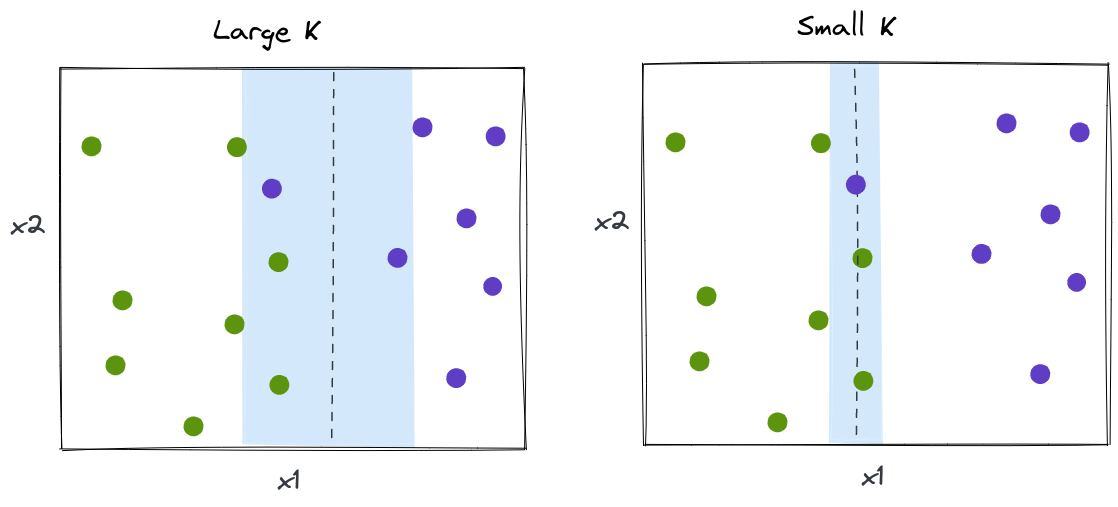
Above: images/6-svc-c.png in ffund/intro-ml-tss21 (Excalidraw), before the change. Source tidied: one line per element, renumbered; positions are measured from the earlier drawing's top-left corner, leaving out a move shared by most shapes.
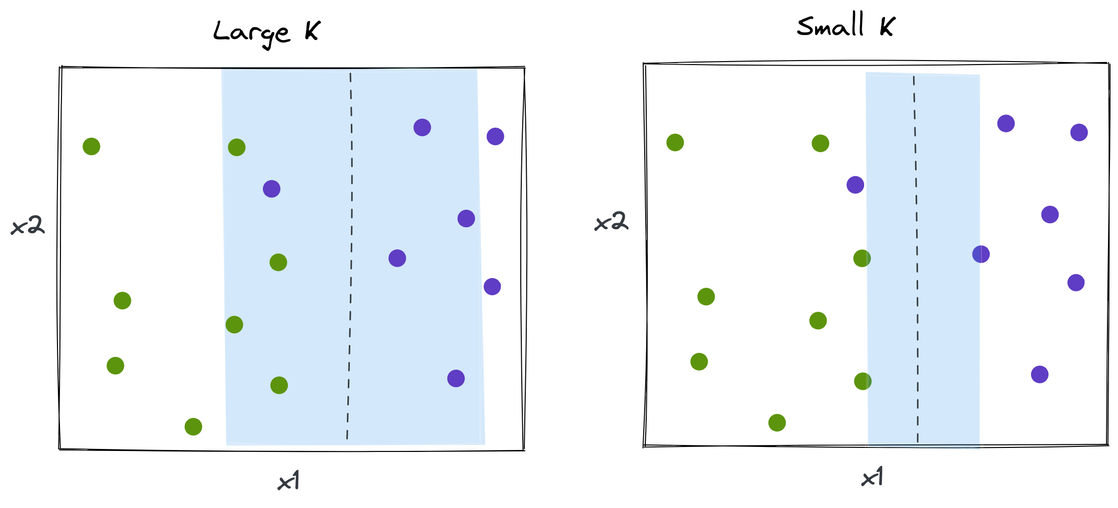
The same diagram one commit later.

What changed in the source:
```diff
@@ -1,42 +1,42 @@
-{"id": 0, "type": "rectangle", "strokeColor": "#ffffffff", "angle": 6.28, "backgroundColor": "#228be6", "fillStyle": "solid", "strokeWidth": 1, "roughness": 2, "opacity": 20, "x": 235, "y": 59, "width": 172, "height": 375}
-{"id": 1, "type": "rectangle", "strokeColor": "#000000", "strokeWidth": 1, "roughness": 2, "x": 50, "y": 57, "width": 464, "height": 382}
-{"id": 2, "type": "freedraw", "strokeColor": "#5c940d", "strokeWidth": 4, "roughness": 2, "x": 106, "y": 355, "width": 0, "height": 0, "points": [[0, 0], [0, 0]]}
-{"id": 3, "type": "freedraw", "strokeColor": "#5c940d", "strokeWidth": 4, "roughness": 2, "x": 112, "y": 290, "width": 0, "height": 0, "points": [[0, 0], [0, 0]]}
-{"id": 4, "type": "freedraw", "strokeColor": "#5c940d", "strokeWidth": 4, "roughness": 2, "x": 184, "y": 416, "width": 0, "height": 0, "points": [[0, 0], [0, 0]]}
-{"id": 5, "type": "freedraw", "strokeColor": "#5c940d", "strokeWidth": 4, "roughness": 2, "x": 224, "y": 314, "width": 0, "height": 0, "points": [[0, 0], [0, 0]]}
-{"id": 6, "type": "freedraw", "strokeColor": "#5c940d", "strokeWidth": 4, "roughness": 2, "x": 268, "y": 252, "width": 0, "height": 0, "points": [[0, 0], [0, 0]]}
-{"id": 7, "type": "freedraw", "strokeColor": "#5c940d", "strokeWidth": 4, "roughness": 2, "x": 82, "y": 136, "width": 0, "height": 0, "points": [[0, 0], [0, 0]]}
-{"id": 8, "type": "freedraw", "strokeColor": "#5c940d", "strokeWidth": 4, "roughness": 2, "x": 227, "y": 137, "width": 0, "height": 0, "points": [[0, 0], [0, 0]]}
-{"id": 9, "type": "freedraw", "strokeColor": "#5f3dc4", "strokeWidth": 4, "roughness": 2, "x": 412, "y": 117, "width": 0, "height": 0, "points": [[0, 0], [0, 0]]}
-{"id": 10, "type": "freedraw", "strokeColor": "#5f3dc4", "strokeWidth": 4, "roughness": 2, "x": 388, "y": 248, "width": 0, "height": 0, "points": [[0, 0], [0, 0]]}
-{"id": 11, "type": "freedraw", "strokeColor": "#5f3dc4", "strokeWidth": 4, "roughness": 2, "x": 482, "y": 276, "width": 1, "height": 0, "points": [[0, 0], [1, 0], [0, 0]]}
-{"id": 12, "type": "freedraw", "strokeColor": "#5f3dc4", "strokeWidth": 4, "roughness": 2, "x": 456, "y": 208, "width": 0, "height": 0, "points": [[0, 0], [0, 0]]}
-{"id": 13, "type": "freedraw", "strokeColor": "#5f3dc4", "strokeWidth": 4, "roughness": 2, "x": 446, "y": 368, "width": 0, "height": 0, "points": [[0, 0], [0, 0]]}
-{"id": 14, "type": "freedraw", "strokeColor": "#5f3dc4", "strokeWidth": 4, "roughness": 2, "x": 486, "y": 126, "width": 0, "height": 0, "points": [[0, 0], [0, 0]]}
-{"id": 15, "type": "line", "strokeColor": "#343a40", "strokeWidth": 1, "strokeStyle": "dashed", "roughness": 2, "x": 324, "y": 63, "width": 0, "height": 373, "points": [[0, 0], [0, 373]]}
-{"id": 16, "type": "text", "text": "x1", "strokeColor": "#343a40", "strokeWidth": 1, "roughness": 0, "fontSize": 28, "fontFamily": 1, "x": 267, "y": 453, "width": 23, "height": 35}
-{"id": 17, "type": "text", "text": "x2", "strokeColor": "#343a40", "strokeWidth": 1, "roughness": 0, "fontSize": 28, "fontFamily": 1, "x": 0, "y": 198, "width": 36, "height": 35}
-{"id": 18, "type": "freedraw", "strokeColor": "#5f3dc4", "strokeWidth": 4, "roughness": 2, "x": 262, "y": 179, "width": 0, "height": 0, "points": [[0, 0], [0, 0]]}
-{"id": 19, "type": "freedraw", "strokeColor": "#5c940d", "strokeWidth": 4, "roughness": 2, "x": 269, "y": 375, "width": 0, "height": 0, "points": [[0, 0], [0, 0]]}
+{"id": 42, "type": "rectangle", "strokeColor": "#ffffffff", "angle": 6.28, "backgroundColor": "#228be6", "fillStyle": "solid", "strokeWidth": 1, "roughness": 2, "opacity": 20, "x": 214, "y": 59, "width": 257, "height": 375}
+{"id": 43, "type": "rectangle", "strokeColor": "#000000", "strokeWidth": 1, "roughness": 2, "x": 50, "y": 57, "width": 464, "height": 382}
+{"id": 44, "type": "freedraw", "strokeColor": "#5c940d", "strokeWidth": 4, "roughness": 2, "x": 105, "y": 355, "width": 0, "height": 0, "points": [[0, 0], [0, 0]]}
+{"id": 45, "type": "freedraw", "strokeColor": "#5c940d", "strokeWidth": 4, "roughness": 2, "x": 112, "y": 290, "width": 0, "height": 0, "points": [[0, 0], [0, 0]]}
+{"id": 46, "type": "freedraw", "strokeColor": "#5c940d", "strokeWidth": 4, "roughness": 2, "x": 183, "y": 416, "width": 0, "height": 0, "points": [[0, 0], [0, 0]]}
+{"id": 47, "type": "freedraw", "strokeColor": "#5c940d", "strokeWidth": 4, "roughness": 2, "x": 224, "y": 314, "width": 0, "height": 0, "points": [[0, 0], [0, 0]]}
+{"id": 48, "type": "freedraw", "strokeColor": "#5c940d", "strokeWidth": 4, "roughness": 2, "x": 268, "y": 252, "width": 0, "height": 0, "points": [[0, 0], [0, 0]]}
+{"id": 49, "type": "freedraw", "strokeColor": "#5c940d", "strokeWidth": 4, "roughness": 2, "x": 81, "y": 136, "width": 0, "height": 0, "points": [[0, 0], [0, 0]]}
+{"id": 50, "type": "freedraw", "strokeColor": "#5c940d", "strokeWidth": 4, "roughness": 2, "x": 227, "y": 137, "width": 0, "height": 0, "points": [[0, 0], [0, 0]]}
+{"id": 51, "type": "freedraw", "strokeColor": "#5f3dc4", "strokeWidth": 4, "roughness": 2, "x": 412, "y": 117, "width": 0, "height": 0, "points": [[0, 0], [0, 0]]}
+{"id": 52, "type": "freedraw", "strokeColor": "#5f3dc4", "strokeWidth": 4, "roughness": 2, "x": 387, "y": 248, "width": 0, "height": 0, "points": [[0, 0], [0, 0]]}
+{"id": 53, "type": "freedraw", "strokeColor": "#5f3dc4", "strokeWidth": 4, "roughness": 2, "x": 482, "y": 276, "width": 1, "height": 0, "points": [[0, 0], [1, 0], [0, 0]]}
+{"id": 54, "type": "freedraw", "strokeColor": "#5f3dc4", "strokeWidth": 4, "roughness": 2, "x": 456, "y": 208, "width": 0, "height": 0, "points": [[0, 0], [0, 0]]}
+{"id": 55, "type": "freedraw", "strokeColor": "#5f3dc4", "strokeWidth": 4, "roughness": 2, "x": 446, "y": 368, "width": 0, "height": 0, "points": [[0, 0], [0, 0]]}
+{"id": 56, "type": "freedraw", "strokeColor": "#5f3dc4", "strokeWidth": 4, "roughness": 2, "x": 486, "y": 126, "width": 0, "height": 0, "points": [[0, 0], [0, 0]]}
+{"id": 57, "type": "line", "strokeColor": "#343a40", "strokeWidth": 1, "strokeStyle": "dashed", "roughness": 2, "x": 339, "y": 63, "width": 0, "height": 373, "points": [[0, 0], [0, 373]]}
+{"id": 58, "type": "text", "text": "x1", "strokeColor": "#343a40", "strokeWidth": 1, "roughness": 0, "fontSize": 28, "fontFamily": 1, "x": 267, "y": 453, "width": 23, "height": 35}
+{"id": 59, "type": "text", "text": "x2", "strokeColor": "#343a40", "strokeWidth": 1, "roughness": 0, "fontSize": 28, "fontFamily": 1, "x": 0, "y": 198, "width": 36, "height": 35}
+{"id": 60, "type": "freedraw", "strokeColor": "#5f3dc4", "strokeWidth": 4, "roughness": 2, "x": 262, "y": 179, "width": 0, "height": 0, "points": [[0, 0], [0, 0]]}
+{"id": 61, "type": "freedraw", "strokeColor": "#5c940d", "strokeWidth": 4, "roughness": 2, "x": 269, "y": 375, "width": 0, "height": 0, "points": [[0, 0], [0, 0]]}
 {"id": 20, "type": "text", "text": "Large K", "strokeColor": "#000000", "strokeWidth": 4, "roughness": 1, "fontSize": 28, "fontFamily": 1, "x": 203, "y": 4, "width": 108, "height": 35}
-{"id": 21, "type": "rectangle", "strokeColor": "#ffffffff", "angle": 6.28, "backgroundColor": "#228be6", "fillStyle": "solid", "strokeWidth": 1, "roughness": 2, "opacity": 20, "x": 819, "y": 56, "width": 54, "height": 375}
-{"id": 22, "type": "rectangle", "strokeColor": "#000000", "strokeWidth": 1, "roughness": 2, "x": 634, "y": 53, "width": 464, "height": 382}
-{"id": 23, "type": "freedraw", "strokeColor": "#5c940d", "strokeWidth": 4, "roughness": 2, "x": 690, "y": 351, "width": 0, "height": 0, "points": [[0, 0], [0, 0]]}
-{"id": 24, "type": "freedraw", "strokeColor": "#5c940d", "strokeWidth": 4, "roughness": 2, "x": 696, "y": 286, "width": 0, "height": 0, "points": [[0, 0], [0, 0]]}
-{"id": 25, "type": "freedraw", "strokeColor": "#5c940d", "strokeWidth": 4, "roughness": 2, "x": 768, "y": 412, "width": 0, "height": 0, "points": [[0, 0], [0, 0]]}
-{"id": 26, "type": "freedraw", "strokeColor": "#5c940d", "strokeWidth": 4, "roughness": 2, "x": 808, "y": 310, "width": 0, "height": 0, "points": [[0, 0], [0, 0]]}
-{"id": 27, "type": "freedraw", "strokeColor": "#5c940d", "strokeWidth": 4, "roughness": 2, "x": 852, "y": 248, "width": 0, "height": 0, "points": [[0, 0], [0, 0]]}
-{"id": 28, "type": "freedraw", "strokeColor": "#5c940d", "strokeWidth": 4, "roughness": 2, "x": 666, "y": 132, "width": 0, "height": 0, "points": [[0, 0], [0, 0]]}
-{"id": 29, "type": "freedraw", "strokeColor": "#5c940d", "strokeWidth": 4, "roughness": 2, "x": 811, "y": 133, "width": 0, "height": 0, "points": [[0, 0], [0, 0]]}
-{"id": 30, "type": "freedraw", "strokeColor": "#5f3dc4", "strokeWidth": 4, "roughness": 2, "x": 996, "y": 113, "width": 0, "height": 0, "points": [[0, 0], [0, 0]]}
-{"id": 31, "type": "freedraw", "strokeColor": "#5f3dc4", "strokeWidth": 4, "roughness": 2, "x": 972, "y": 244, "width": 0, "height": 0, "points": [[0, 0], [0, 0]]}
-{"id": 32, "type": "freedraw", "strokeColor": "#5f3dc4", "strokeWidth": 4, "roughness": 2, "x": 1066, "y": 272, "width": 1, "height": 0, "points": [[0, 0], [1, 0], [0, 0]]}
-{"id": 33, "type": "freedraw", "strokeColor": "#5f3dc4", "strokeWidth": 4, "roughness": 2, "x": 1040, "y": 204, "width": 0, "height": 0, "points": [[0, 0], [0, 0]]}
-{"id": 34, "type": "freedraw", "strokeColor": "#5f3dc4", "strokeWidth": 4, "roughness": 2, "x": 1030, "y": 364, "width": 0, "height": 0, "points": [[0, 0], [0, 0]]}
-{"id": 35, "type": "freedraw", "strokeColor": "#5f3dc4", "strokeWidth": 4, "roughness": 2, "x": 1070, "y": 122, "width": 0, "height": 0, "points": [[0, 0], [0, 0]]}
-{"id": 36, "type": "line", "strokeColor": "#343a40", "strokeWidth": 1, "strokeStyle": "dashed", "roughness": 2, "x": 844, "y": 59, "width": 0, "height": 373, "points": [[0, 0], [0, 373]]}
-{"id": 37, "type": "text", "text": "x1", "strokeColor": "#343a40", "strokeWidth": 1, "roughness": 0, "fontSize": 28, "fontFamily": 1, "x": 851, "y": 449, "width": 23, "height": 35}
-{"id": 38, "type": "text", "text": "x2", "strokeColor": "#343a40", "strokeWidth": 1, "roughness": 0, "fontSize": 28, "fontFamily": 1, "x": 584, "y": 194, "width": 36, "height": 35}
-{"id": 39, "type": "freedraw", "strokeColor": "#5f3dc4", "strokeWidth": 4, "roughness": 2, "x": 846, "y": 175, "width": 0, "height": 0, "points": [[0, 0], [0, 0]]}
-{"id": 40, "type": "freedraw", "strokeColor": "#5c940d", "strokeWidth": 4, "roughness": 2, "x": 853, "y": 371, "width": 0, "height": 0, "points": [[0, 0], [0, 0]]}
+{"id": 62, "type": "rectangle", "strokeColor": "#000000", "strokeWidth": 1, "roughness": 2, "x": 634, "y": 53, "width": 464, "height": 382}
+{"id": 63, "type": "freedraw", "strokeColor": "#5c940d", "strokeWidth": 4, "roughness": 2, "x": 689, "y": 351, "width": 0, "height": 0, "points": [[0, 0], [0, 0]]}
+{"id": 64, "type": "freedraw", "strokeColor": "#5c940d", "strokeWidth": 4, "roughness": 2, "x": 696, "y": 286, "width": 0, "height": 0, "points": [[0, 0], [0, 0]]}
+{"id": 65, "type": "freedraw", "strokeColor": "#5c940d", "strokeWidth": 4, "roughness": 2, "x": 767, "y": 412, "width": 0, "height": 0, "points": [[0, 0], [0, 0]]}
+{"id": 66, "type": "freedraw", "strokeColor": "#5c940d", "strokeWidth": 4, "roughness": 2, "x": 808, "y": 310, "width": 0, "height": 0, "points": [[0, 0], [0, 0]]}
+{"id": 67, "type": "freedraw", "strokeColor": "#5c940d", "strokeWidth": 4, "roughness": 2, "x": 852, "y": 248, "width": 0, "height": 0, "points": [[0, 0], [0, 0]]}
+{"id": 68, "type": "freedraw", "strokeColor": "#5c940d", "strokeWidth": 4, "roughness": 2, "x": 665, "y": 132, "width": 0, "height": 0, "points": [[0, 0], [0, 0]]}
+{"id": 69, "type": "freedraw", "strokeColor": "#5c940d", "strokeWidth": 4, "roughness": 2, "x": 811, "y": 133, "width": 0, "height": 0, "points": [[0, 0], [0, 0]]}
+{"id": 70, "type": "freedraw", "strokeColor": "#5f3dc4", "strokeWidth": 4, "roughness": 2, "x": 996, "y": 113, "width": 0, "height": 0, "points": [[0, 0], [0, 0]]}
+{"id": 71, "type": "freedraw", "strokeColor": "#5f3dc4", "strokeWidth": 4, "roughness": 2, "x": 971, "y": 244, "width": 0, "height": 0, "points": [[0, 0], [0, 0]]}
+{"id": 72, "type": "freedraw", "strokeColor": "#5f3dc4", "strokeWidth": 4, "roughness": 2, "x": 1066, "y": 272, "width": 1, "height": 0, "points": [[0, 0], [1, 0], [0, 0]]}
+{"id": 73, "type": "freedraw", "strokeColor": "#5f3dc4", "strokeWidth": 4, "roughness": 2, "x": 1040, "y": 204, "width": 0, "height": 0, "points": [[0, 0], [0, 0]]}
+{"id": 74, "type": "freedraw", "strokeColor": "#5f3dc4", "strokeWidth": 4, "roughness": 2, "x": 1030, "y": 364, "width": 0, "height": 0, "points": [[0, 0], [0, 0]]}
+{"id": 75, "type": "freedraw", "strokeColor": "#5f3dc4", "strokeWidth": 4, "roughness": 2, "x": 1070, "y": 122, "width": 0, "height": 0, "points": [[0, 0], [0, 0]]}
+{"id": 76, "type": "text", "text": "x1", "strokeColor": "#343a40", "strokeWidth": 1, "roughness": 0, "fontSize": 28, "fontFamily": 1, "x": 851, "y": 449, "width": 23, "height": 35}
+{"id": 77, "type": "text", "text": "x2", "strokeColor": "#343a40", "strokeWidth": 1, "roughness": 0, "fontSize": 28, "fontFamily": 1, "x": 584, "y": 194, "width": 36, "height": 35}
+{"id": 78, "type": "freedraw", "strokeColor": "#5f3dc4", "strokeWidth": 4, "roughness": 2, "x": 846, "y": 175, "width": 0, "height": 0, "points": [[0, 0], [0, 0]]}
+{"id": 79, "type": "freedraw", "strokeColor": "#5c940d", "strokeWidth": 4, "roughness": 2, "x": 853, "y": 371, "width": 0, "height": 0, "points": [[0, 0], [0, 0]]}
 {"id": 41, "type": "text", "text": "Small K", "strokeColor": "#000000", "strokeWidth": 4, "roughness": 1, "fontSize": 28, "fontFamily": 1, "x": 787, "y": 0, "width": 99, "height": 35}
+{"id": 80, "type": "rectangle", "strokeColor": "#ffffffff", "angle": 6.28, "backgroundColor": "#228be6", "fillStyle": "solid", "strokeWidth": 1, "roughness": 2, "opacity": 20, "x": 856, "y": 64, "width": 116, "height": 375}
+{"id": 81, "type": "line", "strokeColor": "#343a40", "strokeWidth": 1, "strokeStyle": "dashed", "roughness": 2, "x": 906, "y": 67, "width": 0, "height": 373, "points": [[0, 0], [0, 373]]}
```
